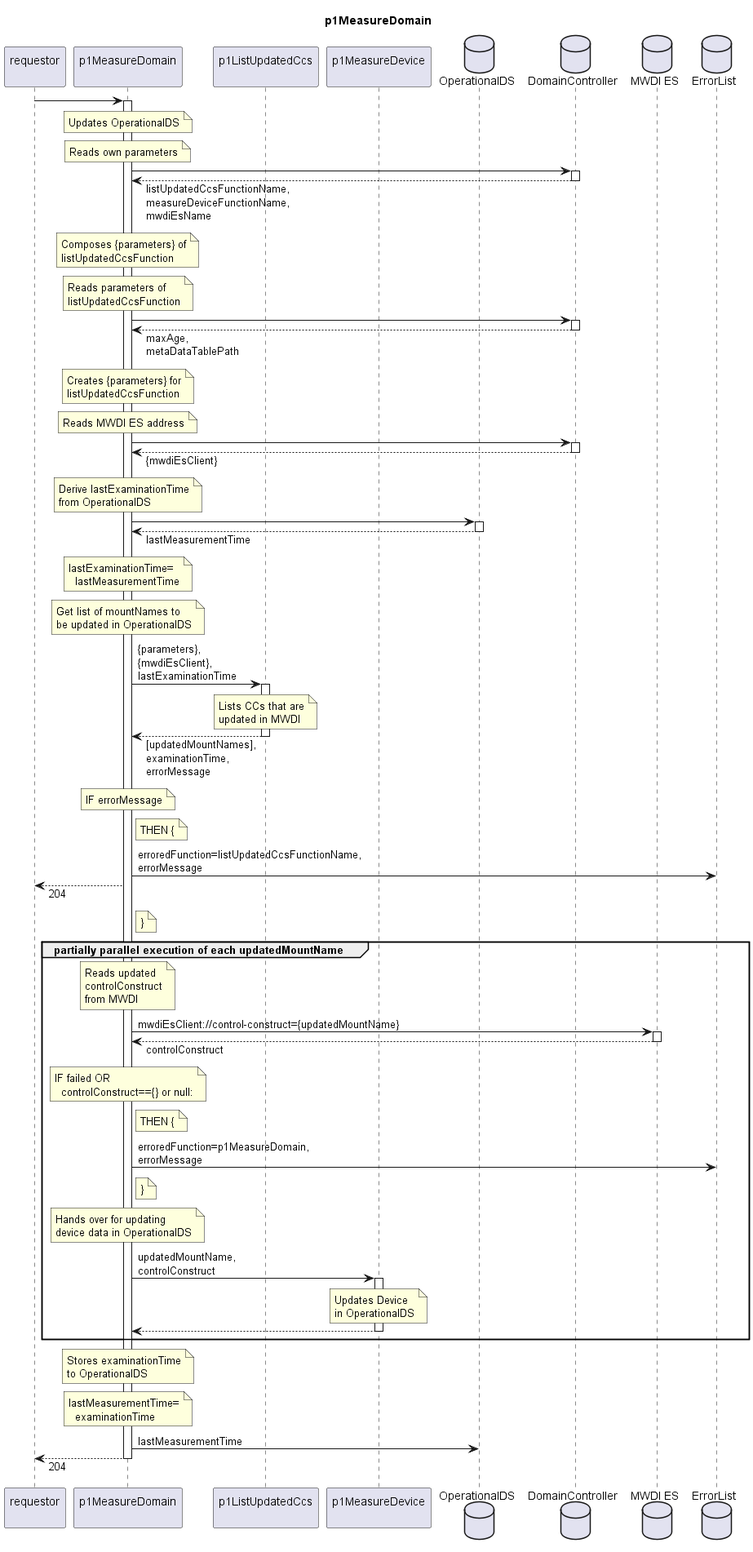
openBackhaul/FirmWareManager keeps this PlantUML diagram as spec/Functions/Measurement/p1MeasureDomain/1.0.0/p1MeasureDomain.png. Above is the earlier version.
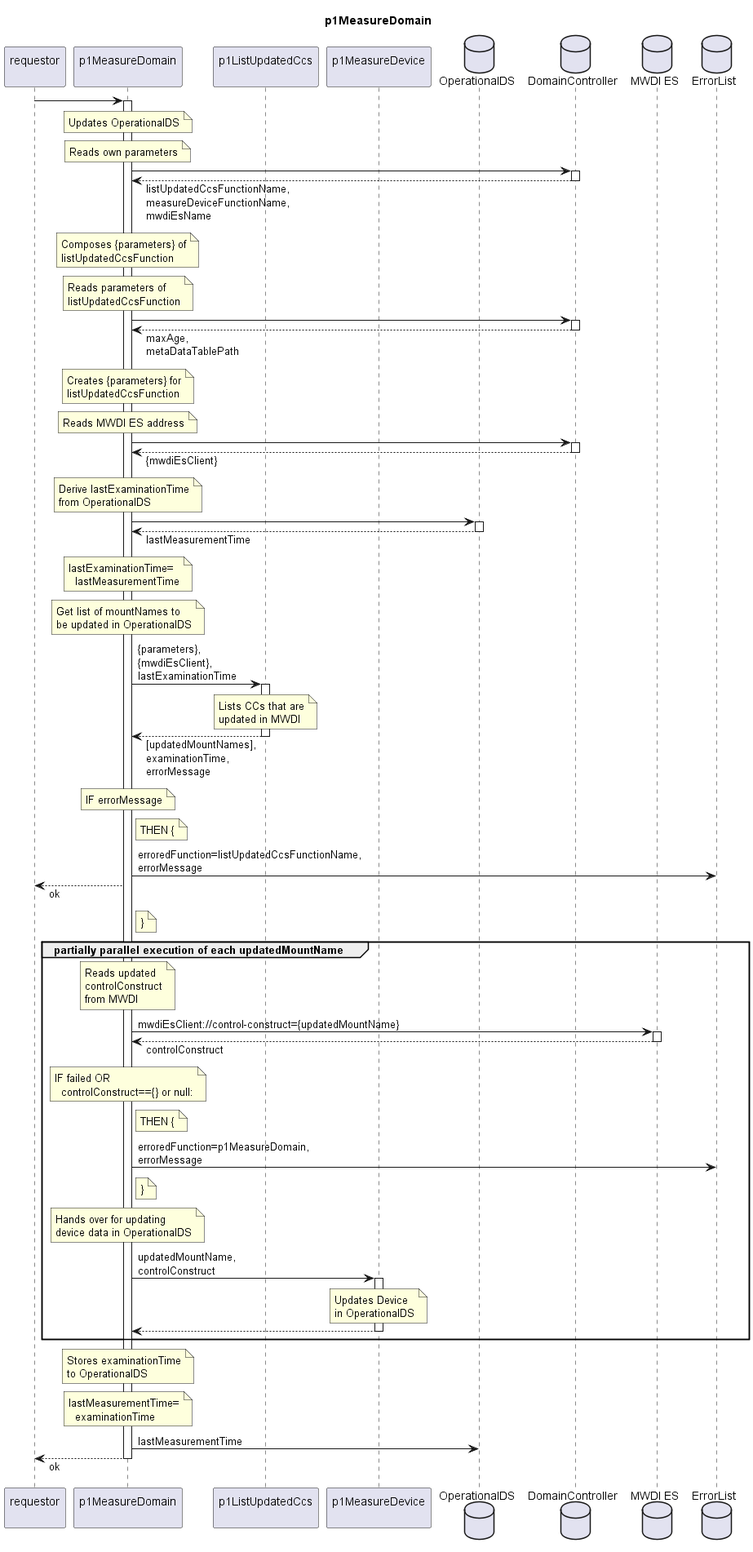
After the commit.

Change to the diagram source:
```diff
@@ -87,7 +87,7 @@
     THEN {
   end note
   indServ -> hEL: erroredFunction=listUpdatedCcsFunctionName,\nerrorMessage
-  requestor <-- indServ: 204
+  requestor <-- indServ: ok
   note right indServ
     }
   end note
@@ -140,7 +140,7 @@
   end note
   indServ -> OpDS: lastMeasurementTime
 
-requestor <-- indServ: 204
+requestor <-- indServ: ok
 deactivate indServ
 
 @enduml
```
